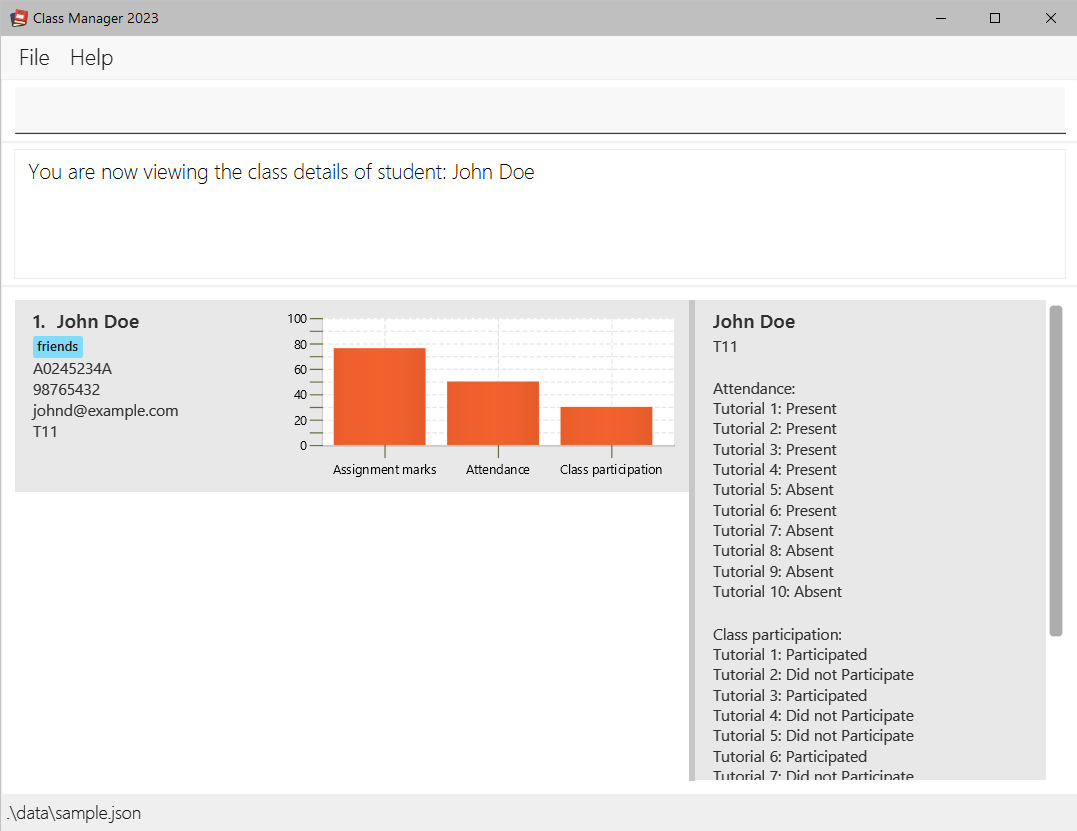
Earlier version of the PlantUML export images/ViewCommand.png (AY2324S1-CS2103T-T11-1/tp). Its source is kept beside it as diagrams/ViewCommand.puml. Its diagram source:
```plantuml
@startuml
!include style.puml

box Logic LOGIC_COLOR_T1
participant ":Logic" as Logic LOGIC_COLOR
participant ":ClassManagerParser" as ClassManagerParser LOGIC_COLOR
participant "p:ViewCommandParser" as ViewCommandParser LOGIC_COLOR
participant "v:ViewCommand" as ViewCommand LOGIC_COLOR
participant "r:CommandResult" as CommandResult LOGIC_COLOR
end box

box Model MODEL_COLOR_T1
participant ":Model" as Model MODEL_COLOR
end box

[-> Logic : execute("view s/A0245234A")
activate Logic

Logic -> ClassManagerParser : parseCommand()
activate ClassManagerParser

create ViewCommandParser
ClassManagerParser -> ViewCommandParser
activate ViewCommandParser

create ViewCommand
ViewCommandParser -> ViewCommand
activate ViewCommand

ViewCommand --> ViewCommandParser
deactivate ViewCommand

ViewCommandParser --> ClassManagerParser
deactivate ViewCommandParser

ClassManagerParser --> Logic : v
deactivate ClassManagerParser
destroy ViewCommandParser

Logic -> ViewCommand : execute()
activate ViewCommand

ViewCommand -> Model : setSelectedStudent()
activate Model

Model --> ViewCommand
deactivate Model

create CommandResult
ViewCommand -> CommandResult
activate CommandResult

CommandResult --> ViewCommand
deactivate CommandResult

ViewCommand --> Logic : r
deactivate ViewCommand

[<-- Logic
deactivate Logic

destroy ViewCommand
@enduml
```
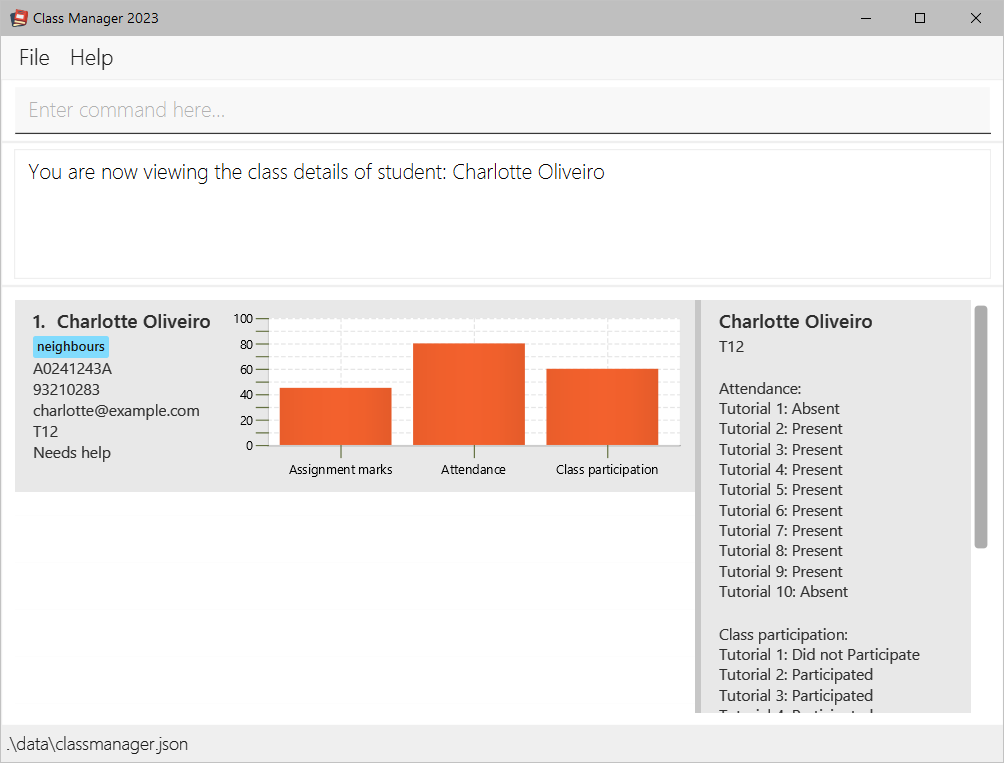
Above is the later version.

What changed in the source:
```diff
@@ -21,6 +21,12 @@
 
 create ViewCommandParser
 ClassManagerParser -> ViewCommandParser
+activate ViewCommandParser
+
+ViewCommandParser --> ClassManagerParser
+deactivate ViewCommandParser
+
+ClassManagerParser -> ViewCommandParser : parse("s/A0245234A")
 activate ViewCommandParser
 
 create ViewCommand
```
